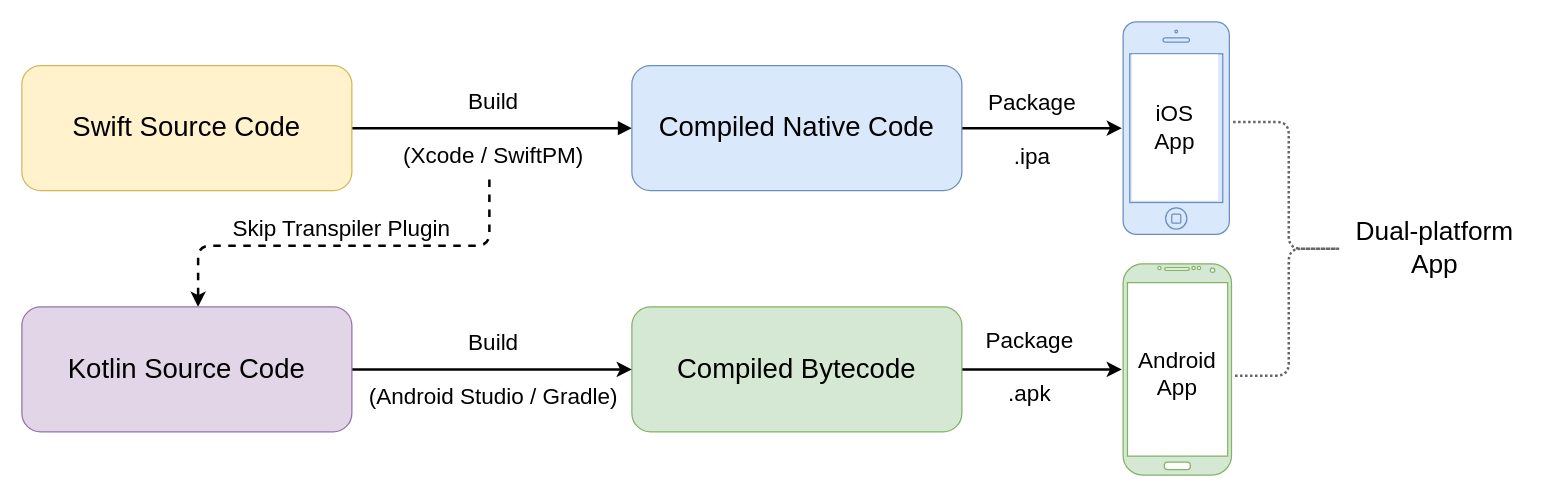
Earlier version of the draw.io diagram page "app" (2 of 17) of diagrams/skip-diagrams.drawio (skiptools/assets.skip.dev). Source tidied: cells renumbered, new cells numbered last; positions are measured from the earlier drawing's top-left corner, leaving out a move shared by most shapes. Both pictures are drawn from the tidied source at 125%, with x=0, y=0 at pixel (21, 21).
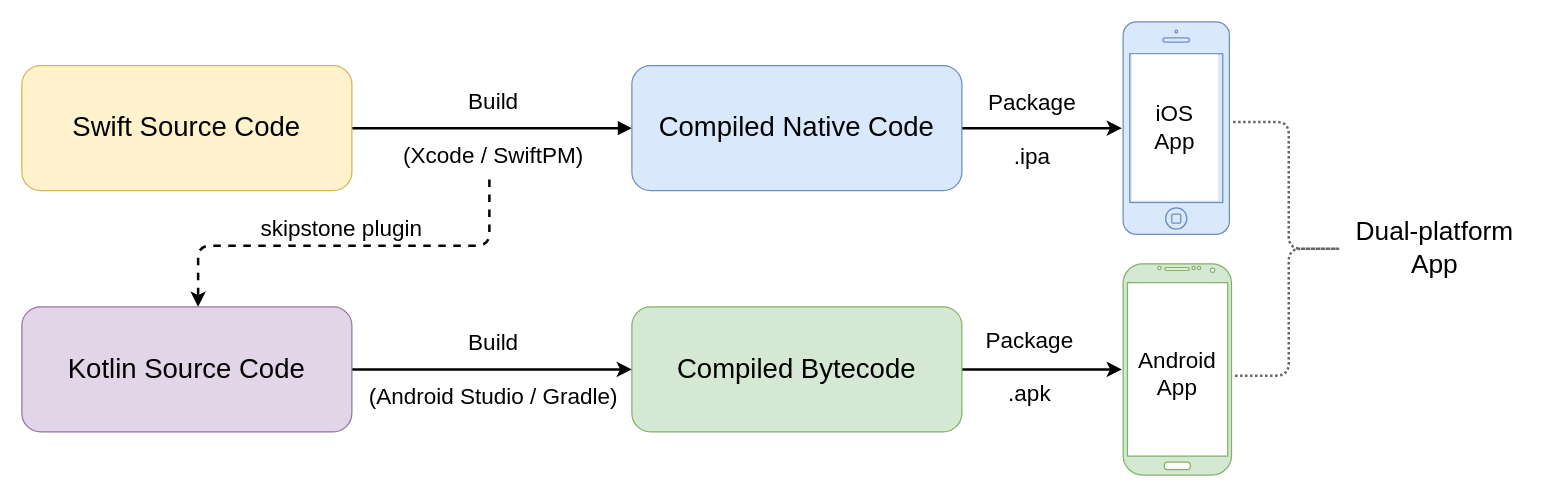
After the change.

Commit message (it also covers changes not shown here):
Relabel "Skip Transpiler Plugin" to "skipstone plugin" in the diagrams.

The change refers to these unchanged cells:
```xml
<mxCell id="4" style="edgeStyle=orthogonalEdgeStyle;rounded=1;orthogonalLoop=1;jettySize=auto;html=1;entryX=0.5;entryY=0;entryDx=0;entryDy=0;curved=0;dashed=1;strokeWidth=2;" parent="1" edge="1">
  <mxGeometry relative="1" as="geometry">
    <mxPoint x="374" y="126" as="sourcePoint" />
    <mxPoint x="141" y="228" as="targetPoint" />
    <Array as="points">
      <mxPoint x="141" y="179" />
    </Array>
  </mxGeometry>
</mxCell>
```

Diff of the diagram source:
```diff
@@
-    <mxCell id="5" value="&lt;span style=&quot;font-weight: normal; font-size: 18px;&quot;&gt;&amp;nbsp;Skip Transpiler Plugin&lt;/span&gt;" style="edgeLabel;html=1;align=center;verticalAlign=middle;fontSize=18;fontStyle=1;labelBackgroundColor=none;" parent="4" vertex="1">
+    <mxCell id="5" value="&lt;span style=&quot;font-weight: normal; font-size: 18px;&quot;&gt;&amp;nbsp;skipstone plugin&lt;/span&gt;" style="edgeLabel;html=1;align=center;verticalAlign=middle;fontSize=18;fontStyle=1;labelBackgroundColor=none;" parent="4" vertex="1">
       <mxGeometry x="0.09" relative="1" as="geometry">
         <mxPoint x="8" y="-14" as="offset" />
       </mxGeometry>
     </mxCell>
```
